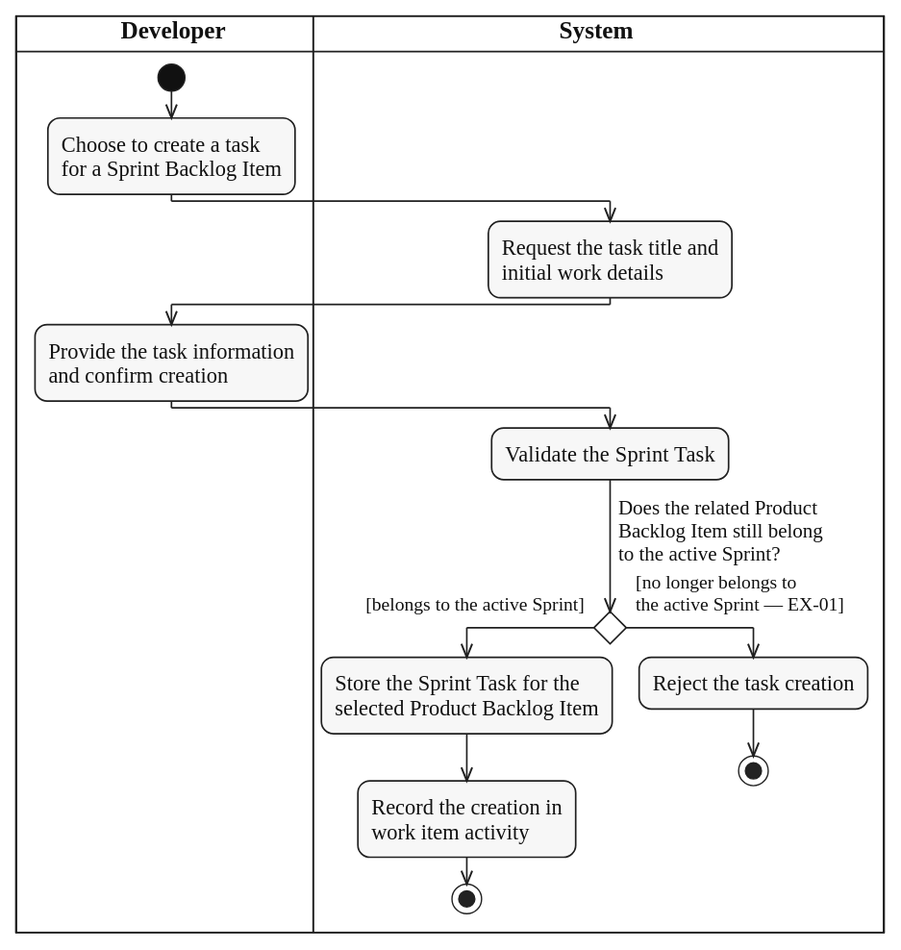
This is diagrams/activity/sprint-work/svg/UC-SPRINT-TASK-CREATE.svg from lukenab/swd392-doc-automation, a PlantUML export, as it was before one commit. Its source is kept beside it as diagrams/activity/sprint-work/source/UC-SPRINT-TASK-CREATE.puml. Source of this version:
```plantuml
@startuml UC-SPRINT-TASK-CREATE
!include ../../_shared/activity-style.puml

|DEV| $lane_title("Developer")
|SYS| $lane_title("System")

|DEV|
start
:Choose to create a task
for a Sprint Backlog Item;
|SYS|
:Request the task title and
initial work details;
|DEV|
:Provide the task information
and confirm creation;
|SYS|
:Validate the Sprint Task;
if ($question("Does the related Product\nBacklog Item still belong\nto the active Sprint?")) then ($guard_left("[belongs to the active Sprint]"))
  :Store the Sprint Task for the
  selected Product Backlog Item;
  :Record the creation in
  work item activity;
  stop
else ($guard_right("[no longer belongs to", "the active Sprint — EX-01]"))
  :Reject the task creation;
  stop
endif
@enduml
```
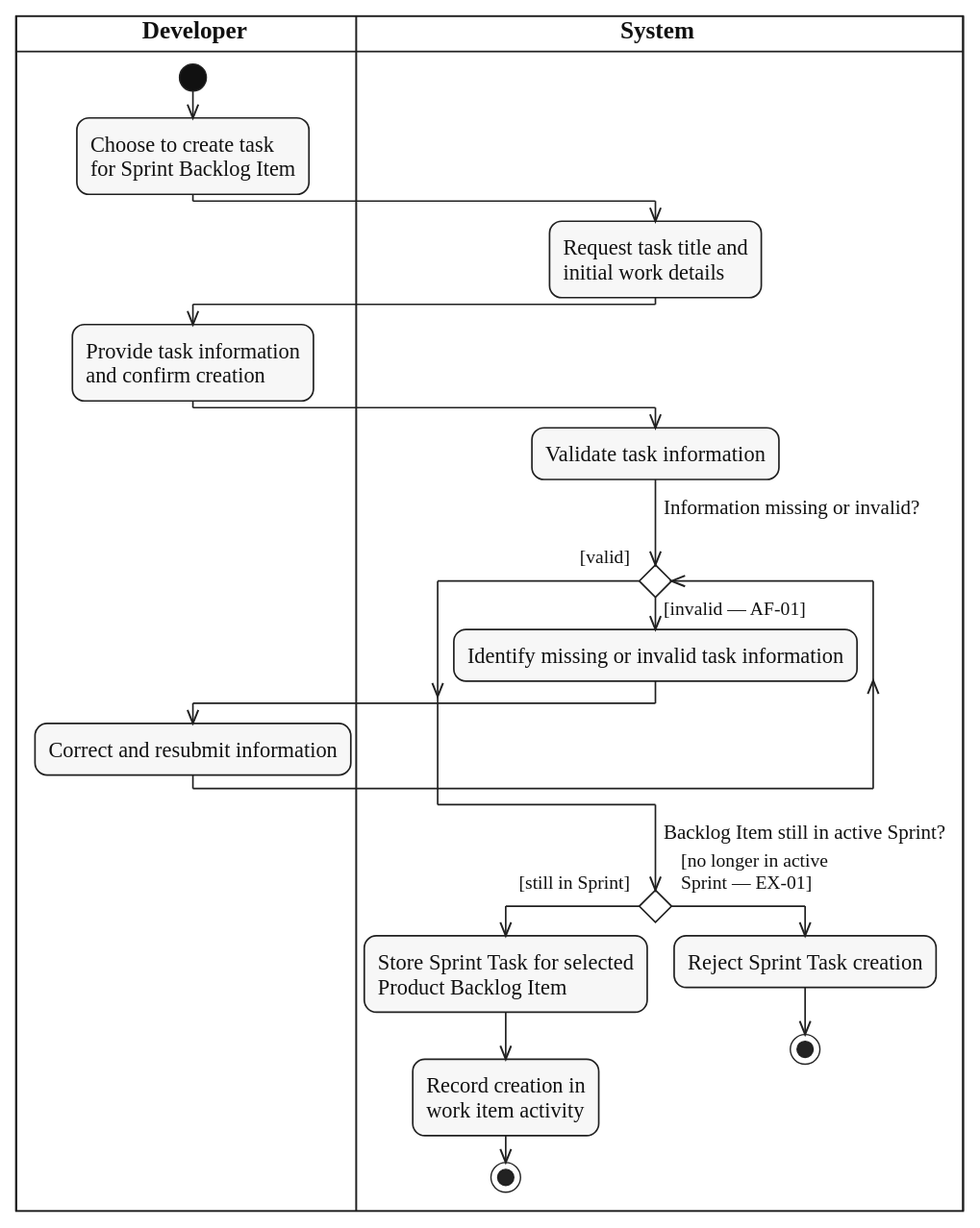
After the change.

What changed in the source:
```diff
@@ -6,24 +6,30 @@
 
 |DEV|
 start
-:Choose to create a task
-for a Sprint Backlog Item;
+:Choose to create task
+for Sprint Backlog Item;
 |SYS|
-:Request the task title and
+:Request task title and
 initial work details;
 |DEV|
-:Provide the task information
+:Provide task information
 and confirm creation;
 |SYS|
-:Validate the Sprint Task;
-if ($question("Does the related Product\nBacklog Item still belong\nto the active Sprint?")) then ($guard_left("[belongs to the active Sprint]"))
-  :Store the Sprint Task for the
-  selected Product Backlog Item;
-  :Record the creation in
+:Validate task information;
+while ($question("Information missing or invalid?")) is ($guard_left("[invalid — AF-01]"))
+  :Identify missing or invalid task information;
+  |DEV|
+  :Correct and resubmit information;
+  |SYS|
+endwhile ($guard("[valid]"))
+if ($question("Backlog Item still in active Sprint?")) then ($guard_left("[still in Sprint]"))
+  :Store Sprint Task for selected
+  Product Backlog Item;
+  :Record creation in
   work item activity;
   stop
-else ($guard_right("[no longer belongs to", "the active Sprint — EX-01]"))
-  :Reject the task creation;
+else ($guard_right("[no longer in active", "Sprint — EX-01]"))
+  :Reject Sprint Task creation;
   stop
 endif
 @enduml
```
